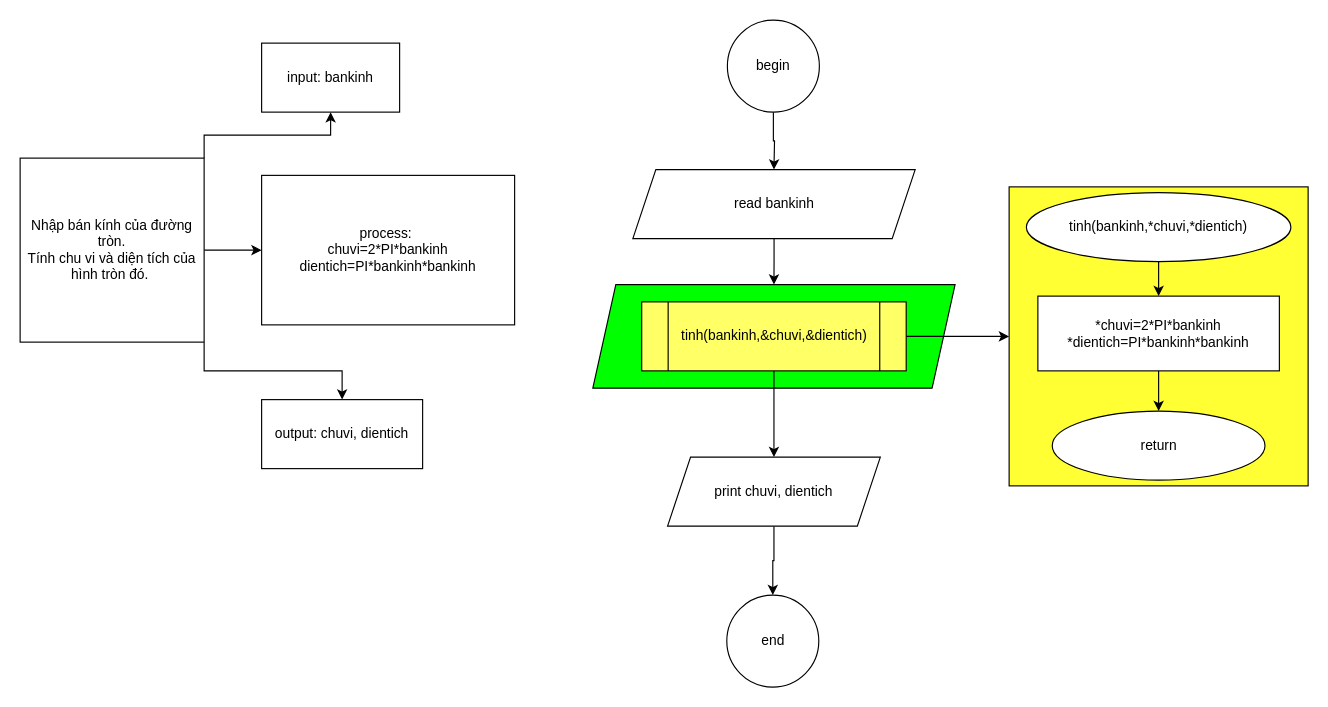
Above: 06_04_2023/bai08.drawio in KhanhNguyen9872/DH_Gia_Dinh_K16 (draw.io), before the change. Source tidied: cells renumbered, new cells numbered last; positions are measured from the earlier drawing's top-left corner, leaving out a move shared by most shapes. Both pictures are drawn from the tidied source at 115%, with x=0, y=0 at pixel (20, 20).
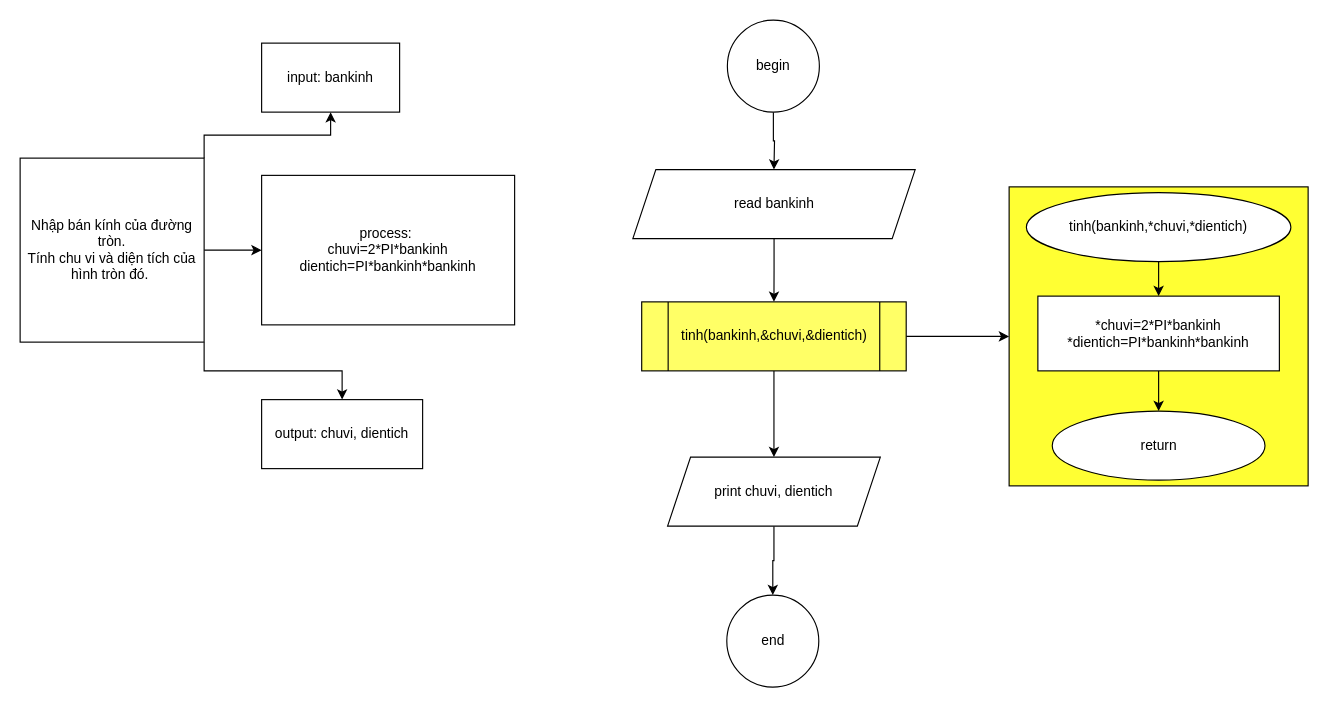
Above is the later version.

Unchanged cells that the change refers to:
```xml
<mxCell id="9" value="tinh(bankinh,&amp;amp;chuvi,&amp;amp;dientich)" style="shape=process;whiteSpace=wrap;html=1;backgroundOutline=1;fillColor=#FFFF66;" parent="1" vertex="1">
  <mxGeometry x="540.5" y="245" width="230" height="60" as="geometry" />
</mxCell>
<mxCell id="26" value="read bankinh" style="shape=parallelogram;perimeter=parallelogramPerimeter;whiteSpace=wrap;html=1;fixedSize=1;" parent="1" vertex="1">
  <mxGeometry x="532.8" y="130" width="245.5" height="60" as="geometry" />
</mxCell>
```

Change to the diagram source:
```diff
@@
-    <mxCell id="6" style="shape=parallelogram;perimeter=parallelogramPerimeter;whiteSpace=wrap;html=1;fixedSize=1;fillColor=#00FF00;" parent="1" vertex="1">
-      <mxGeometry x="498" y="230" width="315" height="90" as="geometry" />
-    </mxCell>
@@
-    <mxCell id="25" style="edgeStyle=orthogonalEdgeStyle;rounded=0;jettySize=auto;html=1;entryX=0.5;entryY=0;entryDx=0;entryDy=0;" parent="1" edge="1" source="26" target="6">
+    <mxCell id="25" style="edgeStyle=orthogonalEdgeStyle;rounded=0;jettySize=auto;html=1;entryX=0.5;entryY=0;entryDx=0;entryDy=0;" parent="1" edge="1" source="26" target="9">
       <mxGeometry relative="1" as="geometry" />
     </mxCell>
```
